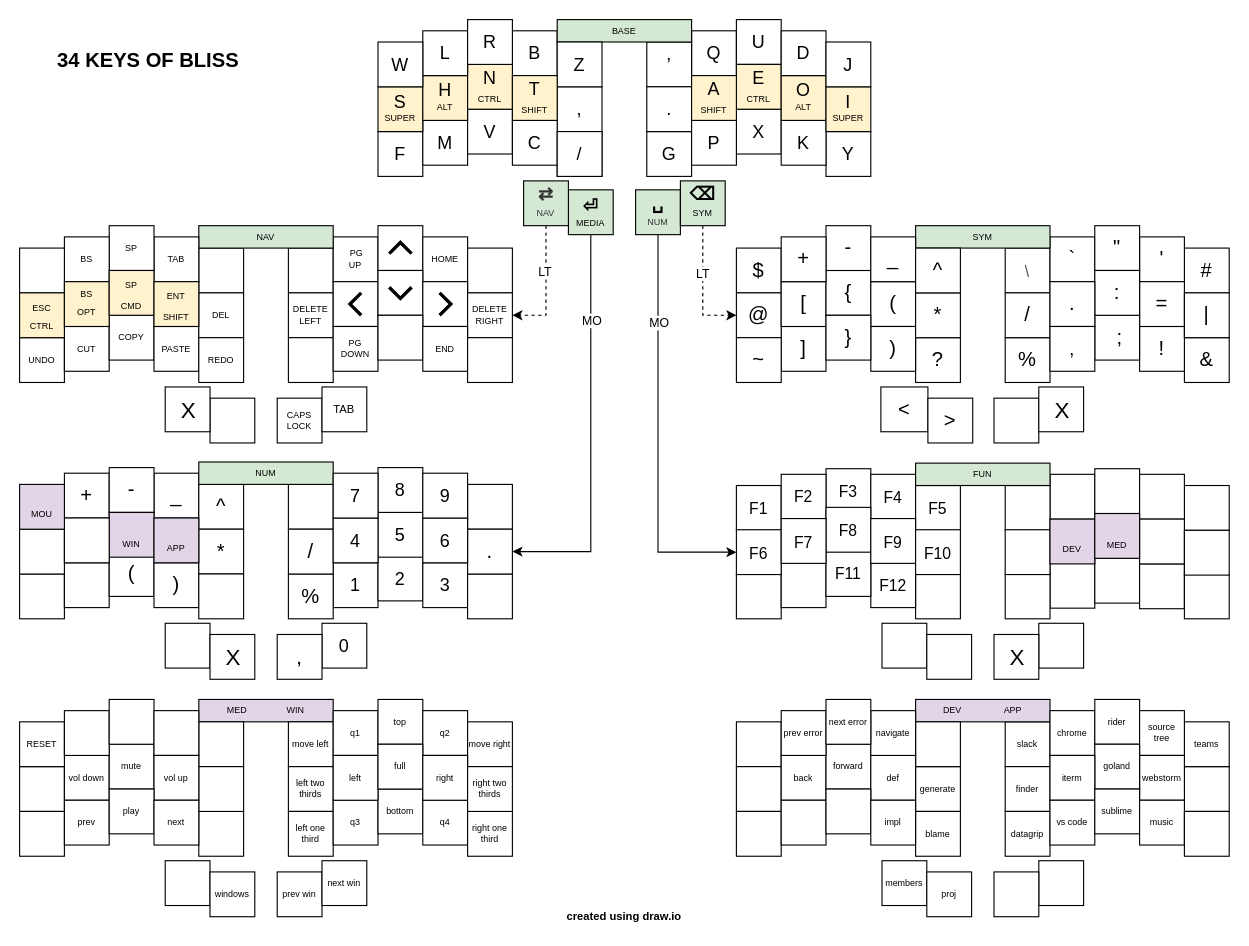
LaurensVanAcker/FerrisLayout keeps this draw.io diagram as Layout.drawio. Above is the earlier version. Source tidied: cells renumbered, new cells numbered last; positions are measured from the earlier drawing's top-left corner, leaving out a move shared by most shapes. Both pictures are drawn from the tidied source at 112%, with x=0, y=0 at pixel (19, 19).
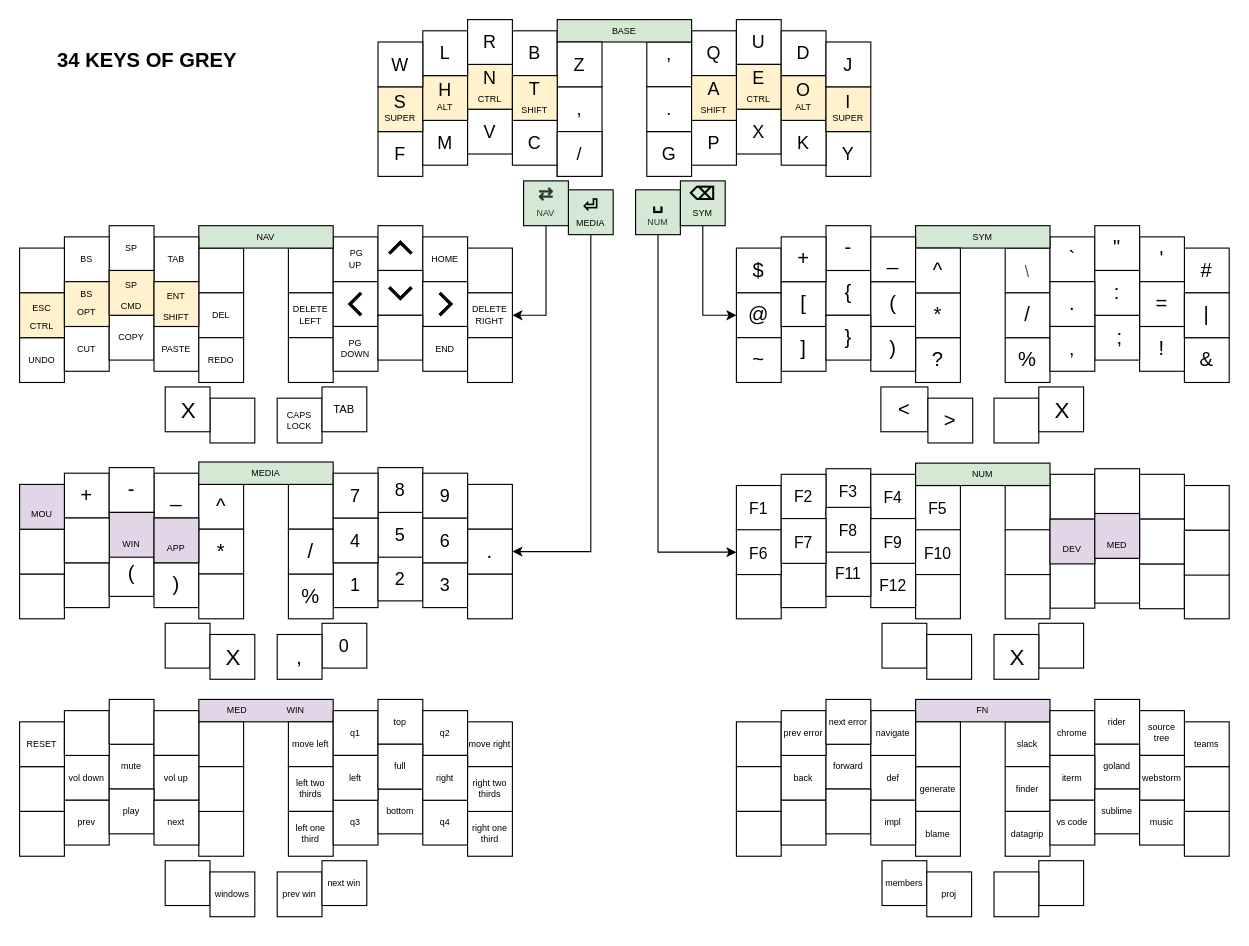
After the change.

The change refers to these unchanged cells:
```xml
<mxCell id="47" value="&lt;span&gt;DELETE&lt;/span&gt;&lt;br&gt;&lt;span&gt;RIGHT&lt;/span&gt;" style="rounded=0;whiteSpace=wrap;html=1;fontSize=8;shadow=0;sketch=0;" parent="1" vertex="1">
  <mxGeometry x="400" y="244" width="40" height="40" as="geometry" />
</mxCell>
<mxCell id="67" value="&lt;span style=&quot;font-family: &amp;#34;helvetica&amp;#34;&quot;&gt;@&lt;/span&gt;" style="rounded=0;whiteSpace=wrap;html=1;fontSize=18;shadow=0;sketch=0;" parent="1" vertex="1">
  <mxGeometry x="640" y="244" width="40" height="40" as="geometry" />
</mxCell>
<mxCell id="243" style="edgeStyle=orthogonalEdgeStyle;rounded=0;jettySize=auto;html=1;exitX=0.5;exitY=1;exitDx=0;exitDy=0;entryX=1;entryY=0.5;entryDx=0;entryDy=0;" parent="1" edge="1" source="245" target="73">
  <mxGeometry relative="1" as="geometry" />
</mxCell>
<mxCell id="246" style="edgeStyle=orthogonalEdgeStyle;rounded=0;jettySize=auto;html=1;exitX=0.5;exitY=1;exitDx=0;exitDy=0;entryX=0;entryY=0.5;entryDx=0;entryDy=0;" parent="1" edge="1" source="248" target="200">
  <mxGeometry relative="1" as="geometry" />
</mxCell>
<mxCell id="250" value="&lt;span style=&quot;color: rgb(51 , 51 , 51)&quot;&gt;&lt;font style=&quot;font-size: 16px&quot;&gt;⇄&lt;/font&gt;&lt;br&gt;&lt;span style=&quot;font-weight: normal ; line-height: 200%&quot;&gt;NAV&lt;/span&gt;&lt;br&gt;&lt;/span&gt;" style="rounded=0;whiteSpace=wrap;html=1;fontSize=8;fillColor=#d5e8d4;fontStyle=1;shadow=0;sketch=0;strokeWidth=1;" parent="1" vertex="1">
  <mxGeometry x="450" y="144" width="40" height="40" as="geometry" />
</mxCell>
<mxCell id="251" value="&lt;font size=&quot;1&quot;&gt;&lt;span style=&quot;font-size: 16px&quot;&gt;⌫&lt;/span&gt;&lt;/font&gt;&lt;br&gt;&lt;span style=&quot;font-weight: normal ; line-height: 200%&quot;&gt;SYM&lt;/span&gt;" style="rounded=0;whiteSpace=wrap;html=1;fontSize=8;fillColor=#d5e8d4;fontStyle=1;shadow=0;sketch=0;strokeWidth=1;" parent="1" vertex="1">
  <mxGeometry x="590" y="144" width="40" height="40" as="geometry" />
</mxCell>
```

Change to the diagram source:
```diff
@@
-    <mxCell id="86" value="DEV&amp;nbsp; &amp;nbsp; &amp;nbsp; &amp;nbsp; &amp;nbsp; &amp;nbsp; &amp;nbsp; &amp;nbsp; &amp;nbsp;APP" style="rounded=0;whiteSpace=wrap;html=1;fontSize=8;fillColor=#e1d5e7;shadow=0;sketch=0;" parent="1" vertex="1">
+    <mxCell id="86" value="FN" style="rounded=0;whiteSpace=wrap;html=1;fontSize=8;fillColor=#e1d5e7;shadow=0;sketch=0;" parent="1" vertex="1">
       <mxGeometry x="800" y="607" width="120" height="20" as="geometry" />
     </mxCell>
@@
-    <mxCell id="171" value="&lt;font style=&quot;font-size: 18px&quot;&gt;34 KEYS OF BLISS&lt;/font&gt;" style="rounded=0;whiteSpace=wrap;html=1;fontSize=12;dashed=1;align=left;verticalAlign=top;fontStyle=1;strokeColor=none;shadow=0;sketch=0;" parent="1" vertex="1">
-      <mxGeometry x="32" y="20" width="168" height="40" as="geometry" />
+    <mxCell id="171" value="&lt;div style=&quot;font-size: 18px&quot;&gt;&lt;font style=&quot;font-size: 18px&quot;&gt;34 KEYS OF GREY&lt;/font&gt;&lt;/div&gt;" style="rounded=0;whiteSpace=wrap;html=1;fontSize=12;dashed=1;align=left;verticalAlign=top;fontStyle=1;strokeColor=none;shadow=0;sketch=0;" parent="1" vertex="1">
+      <mxGeometry x="32" y="20" width="222" height="40" as="geometry" />
     </mxCell>
-    <mxCell id="172" value="NUM" style="rounded=0;whiteSpace=wrap;html=1;fontSize=8;fillColor=#d5e8d4;shadow=0;sketch=0;" parent="1" vertex="1">
+    <mxCell id="172" value="MEDIA" style="rounded=0;whiteSpace=wrap;html=1;fontSize=8;fillColor=#d5e8d4;shadow=0;sketch=0;" parent="1" vertex="1">
       <mxGeometry x="160" y="395" width="120" height="20" as="geometry" />
     </mxCell>
@@
-    <mxCell id="198" value="FUN" style="rounded=0;whiteSpace=wrap;html=1;fontSize=8;fillColor=#d5e8d4;shadow=0;sketch=0;" parent="1" vertex="1">
+    <mxCell id="198" value="NUM" style="rounded=0;whiteSpace=wrap;html=1;fontSize=8;fillColor=#d5e8d4;shadow=0;sketch=0;" parent="1" vertex="1">
       <mxGeometry x="800" y="396" width="120" height="20" as="geometry" />
     </mxCell>
@@
-    <mxCell id="206" value="&lt;font style=&quot;font-size: 10px&quot;&gt;created using draw.io&lt;/font&gt;" style="rounded=0;whiteSpace=wrap;html=1;fontSize=10;dashed=1;align=center;verticalAlign=top;fontStyle=1;strokeColor=none;shadow=0;sketch=0;" parent="1" vertex="1">
-      <mxGeometry x="456" y="788" width="168" height="22" as="geometry" />
-    </mxCell>
@@
-    <mxCell id="215" style="edgeStyle=orthogonalEdgeStyle;rounded=0;jettySize=auto;html=1;exitX=0.5;exitY=1;exitDx=0;exitDy=0;entryX=0;entryY=0.5;entryDx=0;entryDy=0;dashed=1;" parent="1" edge="1" source="251" target="67">
+    <mxCell id="215" style="edgeStyle=orthogonalEdgeStyle;rounded=0;jettySize=auto;html=1;exitX=0.5;exitY=1;exitDx=0;exitDy=0;entryX=0;entryY=0.5;entryDx=0;entryDy=0;" parent="1" edge="1" source="251" target="67">
       <mxGeometry relative="1" as="geometry" />
     </mxCell>
-    <mxCell id="216" value="LT" style="edgeLabel;html=1;align=center;verticalAlign=middle;" parent="215" vertex="1">
-      <mxGeometry x="-0.24" y="-1" relative="1" as="geometry" />
-    </mxCell>
-    <mxCell id="217" style="edgeStyle=orthogonalEdgeStyle;rounded=0;jettySize=auto;html=1;exitX=0.5;exitY=1;exitDx=0;exitDy=0;entryX=1;entryY=0.5;entryDx=0;entryDy=0;dashed=1;" parent="1" edge="1" source="250" target="47">
+    <mxCell id="217" style="edgeStyle=orthogonalEdgeStyle;rounded=0;jettySize=auto;html=1;exitX=0.5;exitY=1;exitDx=0;exitDy=0;entryX=1;entryY=0.5;entryDx=0;entryDy=0;" parent="1" edge="1" source="250" target="47">
       <mxGeometry relative="1" as="geometry" />
     </mxCell>
-    <mxCell id="218" value="LT" style="edgeLabel;html=1;align=center;verticalAlign=middle;" parent="217" vertex="1">
-      <mxGeometry x="-0.27" y="-2" relative="1" as="geometry" />
-    </mxCell>
@@
-    <mxCell id="244" value="MO" style="edgeLabel;html=1;align=center;verticalAlign=middle;" parent="243" vertex="1">
-      <mxGeometry x="-0.57" relative="1" as="geometry" />
-    </mxCell>
@@
-    <mxCell id="247" value="MO" style="edgeLabel;html=1;align=center;verticalAlign=middle;" parent="246" vertex="1">
-      <mxGeometry x="-0.56" relative="1" as="geometry" />
-    </mxCell>
```
